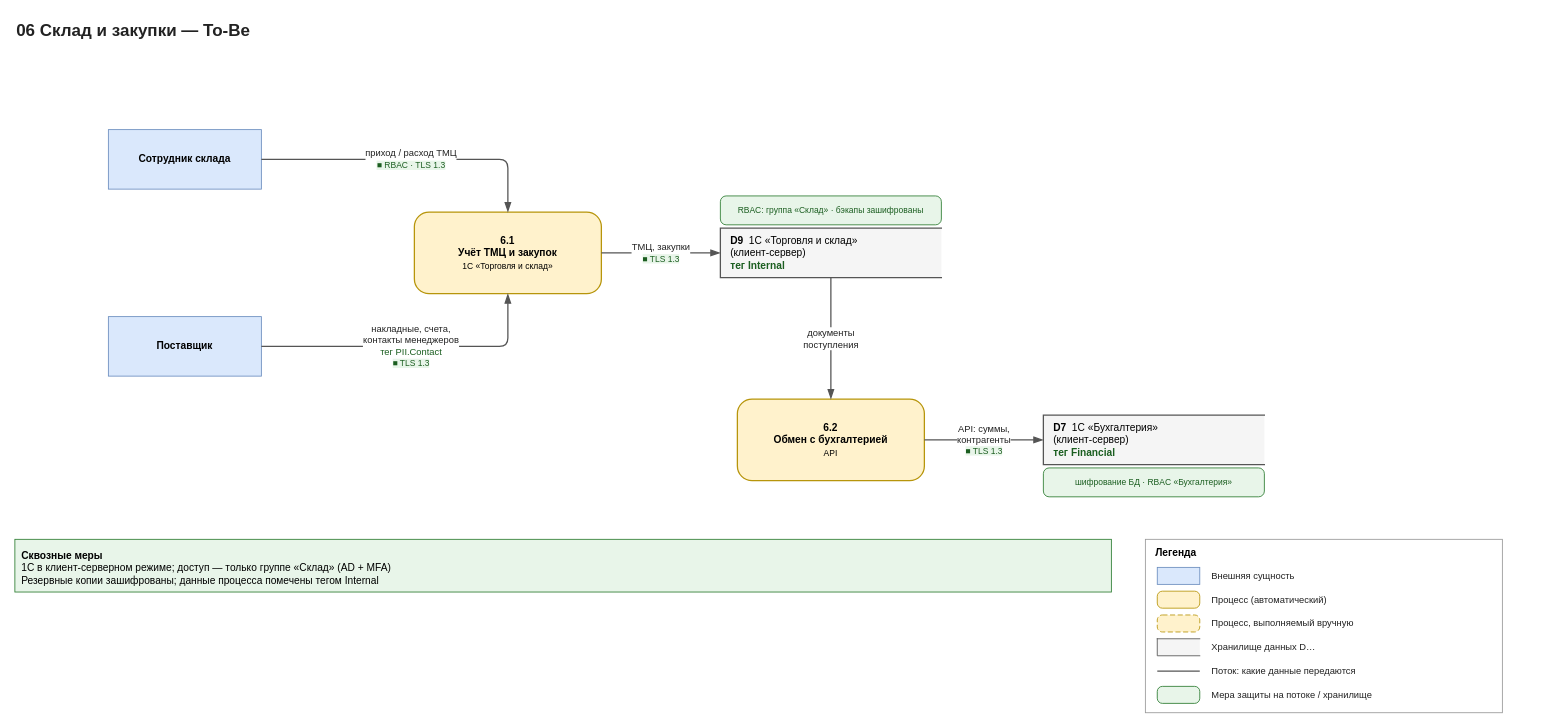
iudanet/architecture-medikamente keeps this draw.io diagram as page "To-Be" (2 of 2) of Task1/dfd/06-sklad.drawio. Above is the earlier version. Source tidied: cells renumbered, new cells numbered last; positions are measured from the earlier drawing's top-left corner, leaving out a move shared by most shapes. Both pictures are drawn from the tidied source at 85%, with x=0, y=0 at pixel (14, 14).
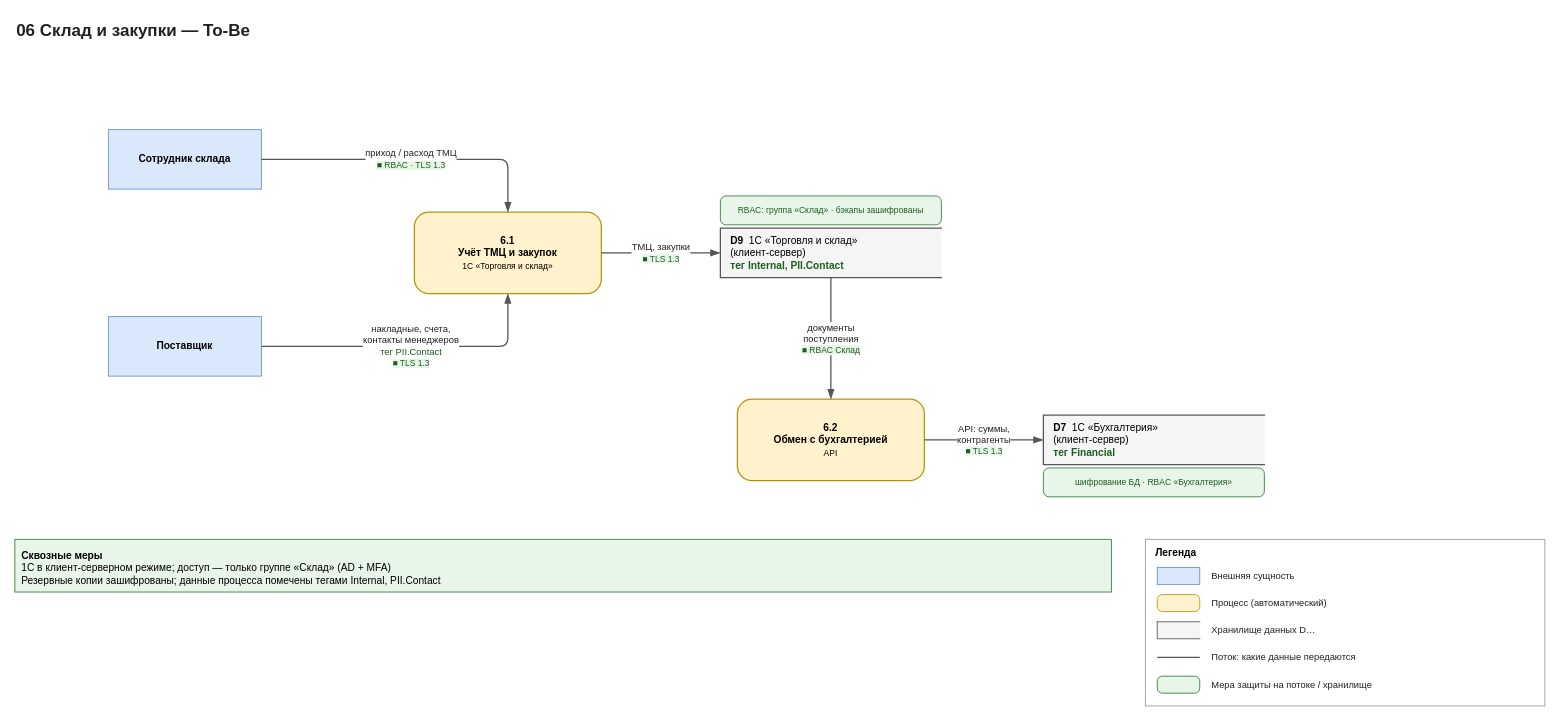
The same page after the edit.

The change refers to these unchanged cells:
```xml
<mxCell id="8" value="&lt;b&gt;6.2&lt;/b&gt;&lt;br&gt;&lt;b&gt;Обмен с бухгалтерией&lt;/b&gt;&lt;br&gt;&lt;span style=&quot;font-size:10px&quot;&gt;API&lt;/span&gt;" style="rounded=1;arcSize=18;whiteSpace=wrap;html=1;fillColor=#FFF2CC;strokeColor=#B7950B;strokeWidth=1.5;fontSize=12;spacing=4;" parent="1" vertex="1">
  <mxGeometry x="850" y="452" width="220" height="96" as="geometry" />
</mxCell>
```

What changed in the source:
```diff
@@
-    <mxCell id="5" value="&lt;b&gt;D9&lt;/b&gt;&amp;nbsp;&amp;nbsp;1С «Торговля и склад»&lt;br&gt;(клиент-сервер)&lt;br&gt;&lt;font color=&quot;#1B5E20&quot;&gt;&lt;b&gt;тег Internal&lt;/b&gt;&lt;/font&gt;" style="shape=partialRectangle;right=0;whiteSpace=wrap;html=1;fillColor=#F5F5F5;strokeColor=#555555;strokeWidth=1.5;fontSize=12;align=left;spacingLeft=10;" parent="1" vertex="1">
+    <mxCell id="5" value="&lt;b&gt;D9&lt;/b&gt;&amp;nbsp;&amp;nbsp;1С «Торговля и склад»&lt;br&gt;(клиент-сервер)&lt;br&gt;&lt;font color=&quot;#1B5E20&quot;&gt;&lt;b&gt;тег Internal, PII.Contact&lt;/b&gt;&lt;/font&gt;" style="shape=partialRectangle;right=0;whiteSpace=wrap;html=1;fillColor=#F5F5F5;strokeColor=#555555;strokeWidth=1.5;fontSize=12;align=left;spacingLeft=10;" parent="1" vertex="1">
       <mxGeometry x="830" y="251" width="260" height="58" as="geometry" />
     </mxCell>
@@
-    <mxCell id="14" value="документы&lt;br&gt;поступления" style="edgeStyle=orthogonalEdgeStyle;rounded=1;html=1;endArrow=blockThin;endFill=1;endSize=8;strokeColor=#555555;strokeWidth=1.5;fontSize=11;fontColor=#222222;labelBackgroundColor=#FFFFFF;jumpStyle=arc;jumpSize=10;" parent="1" edge="1" source="5" target="8">
+    <mxCell id="14" value="документы&lt;br&gt;поступления&lt;br&gt;&lt;span style=&quot;color:#1B5E20;background-color:#E8F5E9;font-size:10px;&quot;&gt;&amp;#9632; RBAC Склад&lt;/span&gt;" style="edgeStyle=orthogonalEdgeStyle;rounded=1;html=1;endArrow=blockThin;endFill=1;endSize=8;strokeColor=#555555;strokeWidth=1.5;fontSize=11;fontColor=#222222;labelBackgroundColor=#FFFFFF;jumpStyle=arc;jumpSize=10;" parent="1" edge="1" source="5" target="8">
       <mxGeometry relative="1" as="geometry" />
     </mxCell>
@@
-    <mxCell id="16" value="&lt;b&gt;Сквозные меры&lt;/b&gt;&lt;br&gt;1С в клиент-серверном режиме; доступ — только группе «Склад» (AD + MFA)&lt;br&gt;Резервные копии зашифрованы; данные процесса помечены тегом Internal" style="rounded=0;whiteSpace=wrap;html=1;fillColor=#E8F5E9;strokeColor=#2E7D32;fontSize=12;align=left;verticalAlign=top;spacing=8;" parent="1" vertex="1">
+    <mxCell id="16" value="&lt;b&gt;Сквозные меры&lt;/b&gt;&lt;br&gt;1С в клиент-серверном режиме; доступ — только группе «Склад» (AD + MFA)&lt;br&gt;Резервные копии зашифрованы; данные процесса помечены тегами Internal, PII.Contact" style="rounded=0;whiteSpace=wrap;html=1;fillColor=#E8F5E9;strokeColor=#2E7D32;fontSize=12;align=left;verticalAlign=top;spacing=8;" parent="1" vertex="1">
       <mxGeometry y="617" width="1290" height="62" as="geometry" />
     </mxCell>
     <mxCell id="17" value="&lt;b&gt;Легенда&lt;/b&gt;" style="rounded=0;whiteSpace=wrap;html=1;fillColor=#FFFFFF;strokeColor=#999999;align=left;verticalAlign=top;spacingLeft=10;spacingTop=2;fontSize=12;" parent="1" vertex="1">
-      <mxGeometry x="1330" y="617" width="420" height="204" as="geometry" />
+      <mxGeometry x="1330" y="617" width="470" height="196" as="geometry" />
     </mxCell>
@@
     <mxCell id="19" value="Внешняя сущность" style="text;html=1;whiteSpace=wrap;align=left;verticalAlign=middle;fontSize=11;fontColor=#222222;" parent="1" vertex="1">
-      <mxGeometry x="1406" y="647" width="336" height="26" as="geometry" />
+      <mxGeometry x="1406" y="645" width="386" height="30" as="geometry" />
     </mxCell>
     <mxCell id="20" style="rounded=1;arcSize=30;html=1;fillColor=#FFF2CC;strokeColor=#B7950B;" parent="1" vertex="1">
-      <mxGeometry x="1344" y="678" width="50" height="20" as="geometry" />
+      <mxGeometry x="1344" y="682" width="50" height="20" as="geometry" />
     </mxCell>
     <mxCell id="21" value="Процесс (автоматический)" style="text;html=1;whiteSpace=wrap;align=left;verticalAlign=middle;fontSize=11;fontColor=#222222;" parent="1" vertex="1">
-      <mxGeometry x="1406" y="675" width="336" height="26" as="geometry" />
+      <mxGeometry x="1406" y="677" width="386" height="30" as="geometry" />
     </mxCell>
-    <mxCell id="22" style="rounded=1;arcSize=30;html=1;fillColor=#FFF2CC;strokeColor=#B7950B;dashed=1;dashPattern=6 3;" parent="1" vertex="1">
-      <mxGeometry x="1344" y="706" width="50" height="20" as="geometry" />
+    <mxCell id="22" style="shape=partialRectangle;right=0;html=1;fillColor=#F5F5F5;strokeColor=#555555;" parent="1" vertex="1">
+      <mxGeometry x="1344" y="714" width="50" height="20" as="geometry" />
     </mxCell>
-    <mxCell id="23" value="Процесс, выполняемый вручную" style="text;html=1;whiteSpace=wrap;align=left;verticalAlign=middle;fontSize=11;fontColor=#222222;" parent="1" vertex="1">
-      <mxGeometry x="1406" y="703" width="336" height="26" as="geometry" />
+    <mxCell id="23" value="Хранилище данных D…" style="text;html=1;whiteSpace=wrap;align=left;verticalAlign=middle;fontSize=11;fontColor=#222222;" parent="1" vertex="1">
+      <mxGeometry x="1406" y="709" width="386" height="30" as="geometry" />
     </mxCell>
-    <mxCell id="24" style="shape=partialRectangle;right=0;html=1;fillColor=#F5F5F5;strokeColor=#555555;" parent="1" vertex="1">
-      <mxGeometry x="1344" y="734" width="50" height="20" as="geometry" />
+    <mxCell id="24" style="shape=line;html=1;strokeColor=#555555;strokeWidth=1.5;" parent="1" vertex="1">
+      <mxGeometry x="1344" y="750" width="50" height="12" as="geometry" />
     </mxCell>
-    <mxCell id="25" value="Хранилище данных D…" style="text;html=1;whiteSpace=wrap;align=left;verticalAlign=middle;fontSize=11;fontColor=#222222;" parent="1" vertex="1">
-      <mxGeometry x="1406" y="731" width="336" height="26" as="geometry" />
+    <mxCell id="25" value="Поток: какие данные передаются" style="text;html=1;whiteSpace=wrap;align=left;verticalAlign=middle;fontSize=11;fontColor=#222222;" parent="1" vertex="1">
+      <mxGeometry x="1406" y="741" width="386" height="30" as="geometry" />
     </mxCell>
-    <mxCell id="26" style="shape=line;html=1;strokeColor=#555555;strokeWidth=1.5;" parent="1" vertex="1">
-      <mxGeometry x="1344" y="766" width="50" height="12" as="geometry" />
+    <mxCell id="26" style="rounded=1;arcSize=30;html=1;fillColor=#E8F5E9;strokeColor=#2E7D32;" parent="1" vertex="1">
+      <mxGeometry x="1344" y="778" width="50" height="20" as="geometry" />
     </mxCell>
-    <mxCell id="27" value="Поток: какие данные передаются" style="text;html=1;whiteSpace=wrap;align=left;verticalAlign=middle;fontSize=11;fontColor=#222222;" parent="1" vertex="1">
-      <mxGeometry x="1406" y="759" width="336" height="26" as="geometry" />
+    <mxCell id="27" value="Мера защиты на потоке / хранилище" style="text;html=1;whiteSpace=wrap;align=left;verticalAlign=middle;fontSize=11;fontColor=#222222;" parent="1" vertex="1">
+      <mxGeometry x="1406" y="773" width="386" height="30" as="geometry" />
     </mxCell>
-    <mxCell id="28" style="rounded=1;arcSize=30;html=1;fillColor=#E8F5E9;strokeColor=#2E7D32;" parent="1" vertex="1">
-      <mxGeometry x="1344" y="790" width="50" height="20" as="geometry" />
-    </mxCell>
-    <mxCell id="29" value="Мера защиты на потоке / хранилище" style="text;html=1;whiteSpace=wrap;align=left;verticalAlign=middle;fontSize=11;fontColor=#222222;" parent="1" vertex="1">
-      <mxGeometry x="1406" y="787" width="336" height="26" as="geometry" />
-    </mxCell>
```
